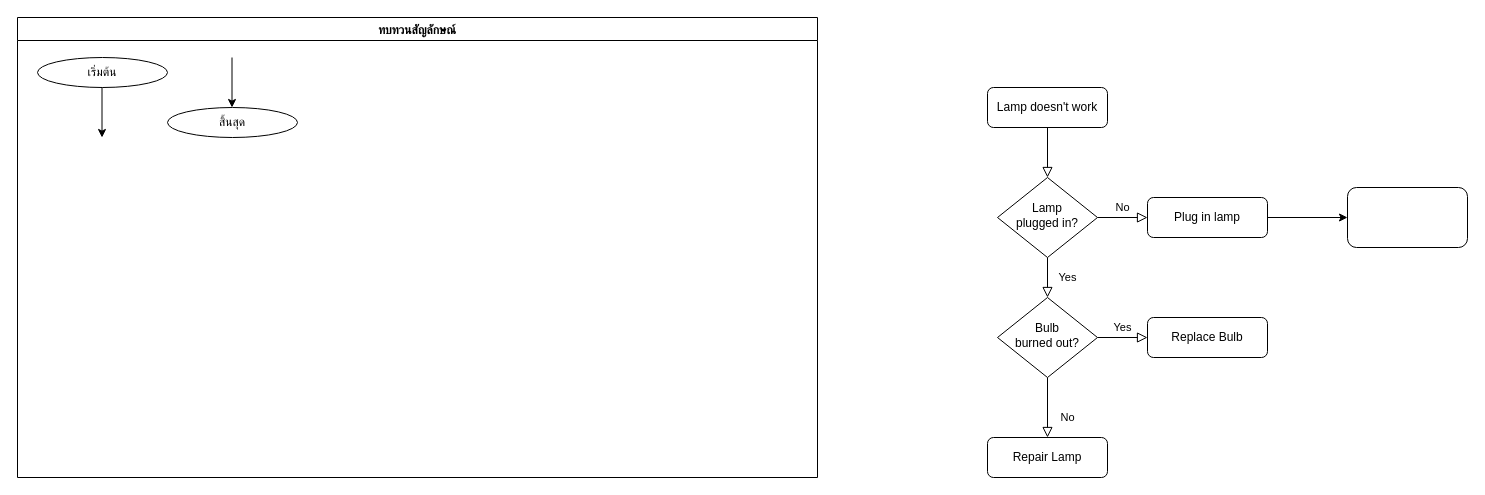
Earlier version of the draw.io diagram Lab/Lab2-Basic-Flowchart.drawio (tumrmutl/ENGCC304-Computer-Programming). Source tidied: cells renumbered, new cells numbered last; positions are measured from the earlier drawing's top-left corner, leaving out a move shared by most shapes. Both pictures are drawn from the tidied source at 100%, with x=0, y=0 at pixel (17, 17).
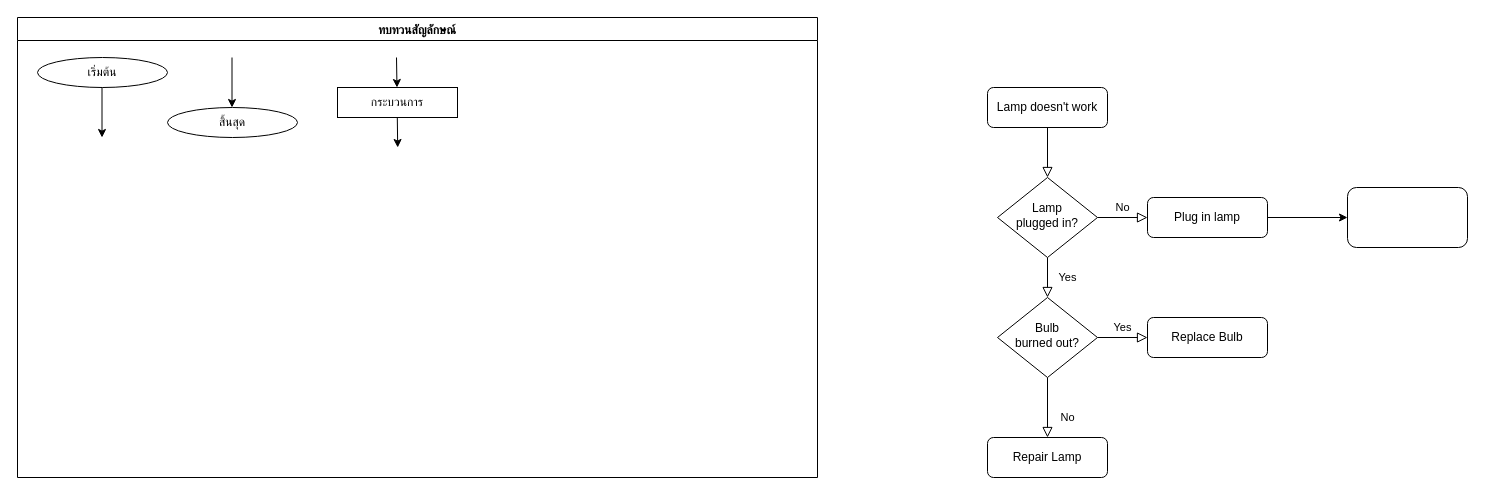
The same diagram, later.

The change refers to these unchanged cells:
```xml
<mxCell id="15" value="ทบทวนสัญลักษณ์" style="swimlane;fontFamily=Sarabun;" parent="1" vertex="1">
  <mxGeometry width="800" height="460" as="geometry" />
</mxCell>
```

Diff of the diagram source:
```diff
@@
+    <mxCell id="20" value="กระบวนการ" style="rounded=0;whiteSpace=wrap;html=1;" parent="15" vertex="1">
+      <mxGeometry x="320" y="70" width="120" height="30" as="geometry" />
+    </mxCell>
+    <mxCell id="21" style="endArrow=classic;html=1;rounded=0;" parent="15" edge="1">
+      <mxGeometry relative="1" as="geometry">
+        <mxPoint x="379" y="40" as="sourcePoint" />
+        <mxPoint x="379.5" y="70" as="targetPoint" />
+      </mxGeometry>
+    </mxCell>
+    <mxCell id="22" style="endArrow=classic;html=1;rounded=0;" parent="15" edge="1">
+      <mxGeometry relative="1" as="geometry">
+        <mxPoint x="379.8" y="100" as="sourcePoint" />
+        <mxPoint x="380.2" y="130" as="targetPoint" />
+      </mxGeometry>
+    </mxCell>
```
